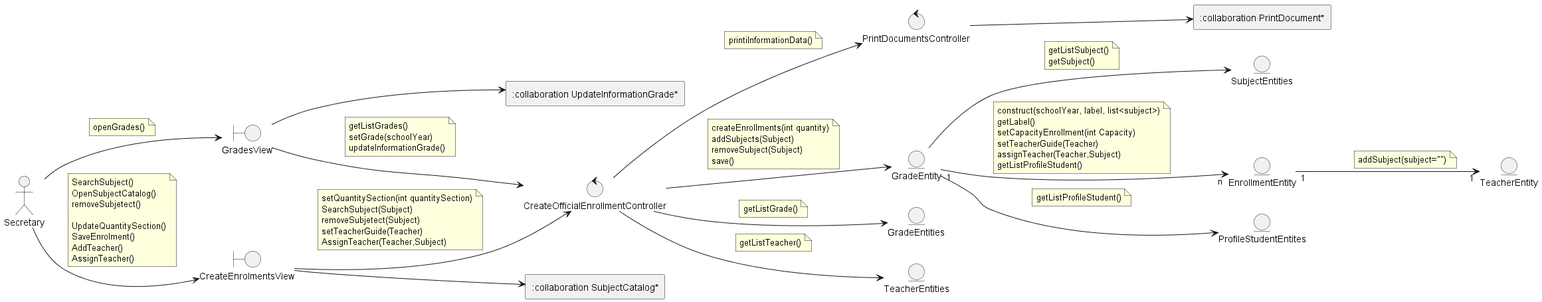
Above: out/DesignView/AnalysisView/UseCaseAnalysis/CU05.CreateOfficialEnrollmentBySection/Collaboration.CU05.Analysis.png in wsmcbl/wsmcbl.doc (PlantUML), before the change.
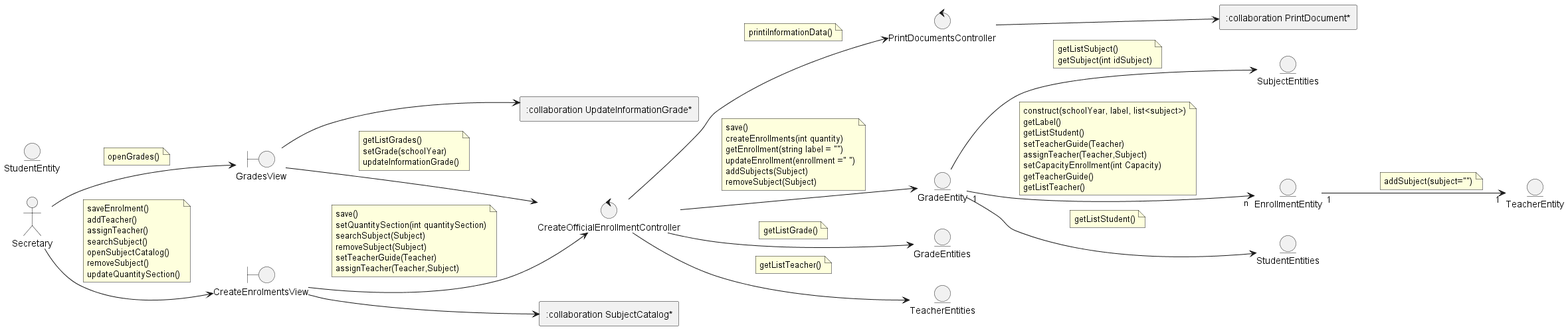
The same diagram one commit later.

Commit message:
Feat: Update CU05 analysis use case

Refs: #7

What changed in the source:
```diff
@@ -13,7 +13,8 @@
 rectangle Update as ":collaboration UpdateInformationGrade*"
 
 entity EnrollmentEntity
-entity ProfileStudentEntites
+entity StudentEntity
+entity StudentEntities
 entity TeacherEntity
 entity GradeEntity
 entity GradeEntities
@@ -25,17 +26,17 @@
 note on link
     openGrades()
 end note
+
 Secretary --> CreateEnrolmentsView
 note on link
-    SearchSubject()
-    OpenSubjectCatalog()
-    removeSubjetect()
-
-    UpdateQuantitySection()
-    SaveEnrolment()
-    AddTeacher()
-    AssignTeacher()
-    end note
+    saveEnrolment()
+    addTeacher()
+    assignTeacher()
+    searchSubject()
+    openSubjectCatalog()
+    removeSubject()
+    updateQuantitySection()
+end note
 
 
 GradesView --> CreateOfficialEnrollmentController
@@ -45,28 +46,29 @@
     updateInformationGrade()
 end note
 
-GradesView --> Update
-
-
-
 CreateEnrolmentsView --> CreateOfficialEnrollmentController
 note on link
+    save()
     setQuantitySection(int quantitySection)
-    SearchSubject(Subject)
-    removeSubjetect(Subject)
+    searchSubject(Subject)
+    removeSubject(Subject)
     setTeacherGuide(Teacher)
-    AssignTeacher(Teacher,Subject)
+    assignTeacher(Teacher,Subject)
 end note
 
+GradesView --> Update
 CreateEnrolmentsView --> SubjectCatalog
+
 
 
 CreateOfficialEnrollmentController --> GradeEntity
 note on link
+    save()
     createEnrollments(int quantity)
+    getEnrollment(string label = "")
+    updateEnrollment(enrollment =" ")
     addSubjects(Subject)
     removeSubject(Subject)
-    save()
 end note
 
 CreateOfficialEnrollmentController --> TeacherEntities
@@ -90,26 +92,29 @@
 GradeEntity --> SubjectEntities
 note on link
     getListSubject()
-    getSubject()
+    getSubject(int idSubject)
 end note
 
 GradeEntity "1" --> "n" EnrollmentEntity
 note on link
     construct(schoolYear, label, list<subject>)
     getLabel()
-    setCapacityEnrollment(int Capacity)
+    getListStudent()
     setTeacherGuide(Teacher)
     assignTeacher(Teacher,Subject)
-    getListProfileStudent()
+    setCapacityEnrollment(int Capacity)
+    getTeacherGuide()
+    getListTeacher()
 end note
 
-GradeEntity --> ProfileStudentEntites
+GradeEntity --> StudentEntities
 note on link
-    getListProfileStudent()
+    getListStudent()
 end note
 
 EnrollmentEntity "1" --> "1" TeacherEntity
 note on link
     addSubject(subject="")
 end note
+
 @enduml
```
